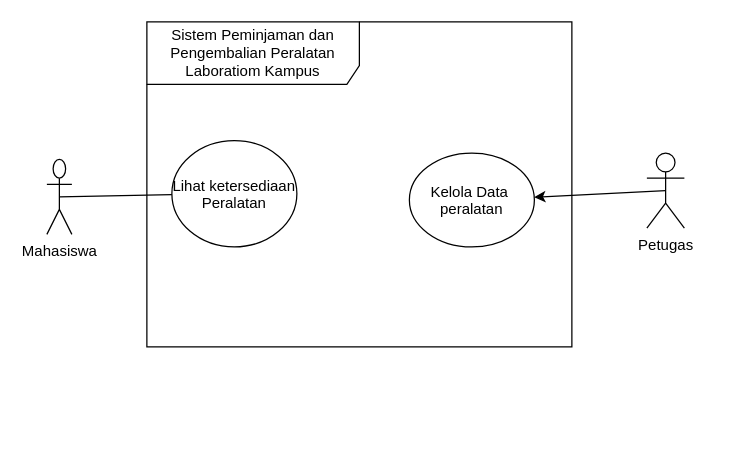
This is 03_latihan_tools/P02/LAB/P02_2406101_LAB_notasi_usecase_v01.drawio from 2406101-gilan/IFRWP5149_2406101_LabAlat, a draw.io file, before an edit. Source tidied: cells renumbered, new cells numbered last; positions are measured from the earlier drawing's top-left corner, leaving out a move shared by most shapes. Both pictures are drawn from the tidied source at 125%, with x=0, y=0 at pixel (46, 21).
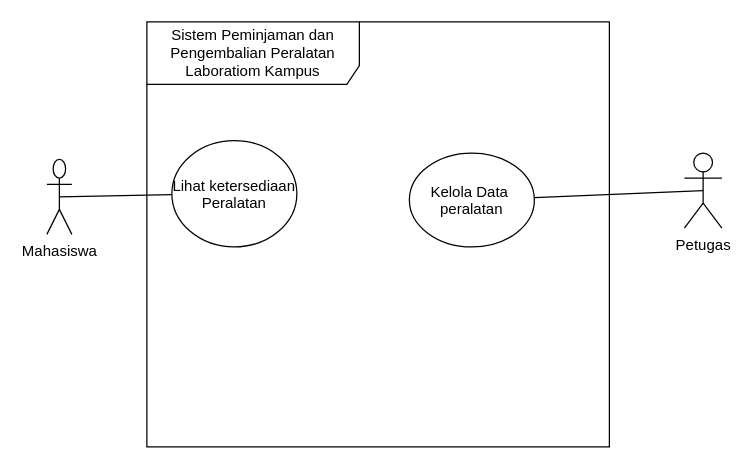
Above is the later version.

Change to the diagram source:
```diff
@@
 <mxGraphModel>
   <root>
     <mxCell id="0" />
     <mxCell id="1" parent="0" />
     <mxCell id="2" value="Sistem Peminjaman dan Pengembalian Peralatan Laboratiom Kampus" style="shape=umlFrame;whiteSpace=wrap;html=1;width=170;height=50;" parent="1" vertex="1">
-      <mxGeometry x="80" width="340" height="260" as="geometry" />
+      <mxGeometry x="80" width="370" height="340" as="geometry" />
     </mxCell>
     <mxCell id="3" value="Lihat ketersediaan&#10;Peralatan" style="ellipse;" parent="2" vertex="1">
       <mxGeometry x="20" y="95" width="100" height="85" as="geometry" />
     </mxCell>
     <mxCell id="4" value="Kelola Data &#10;peralatan" style="ellipse;" parent="2" vertex="1">
       <mxGeometry x="210" y="105" width="100" height="75" as="geometry" />
     </mxCell>
     <mxCell id="5" style="edgeStyle=none;html=1;exitX=0.5;exitY=0.5;exitDx=0;exitDy=0;exitPerimeter=0;endArrow=none;endFill=0;" parent="1" edge="1" source="6" target="3">
       <mxGeometry relative="1" as="geometry" />
     </mxCell>
     <mxCell id="6" value="Mahasiswa" style="shape=umlActor;verticalLabelPosition=bottom;verticalAlign=top;html=1;" parent="1" vertex="1">
       <mxGeometry y="110" width="20" height="60" as="geometry" />
     </mxCell>
-    <mxCell id="7" style="edgeStyle=none;html=1;exitX=0.5;exitY=0.5;exitDx=0;exitDy=0;exitPerimeter=0;" parent="1" edge="1" source="8" target="4">
+    <mxCell id="7" style="edgeStyle=none;html=1;exitX=0.5;exitY=0.5;exitDx=0;exitDy=0;exitPerimeter=0;startArrow=none;startFill=0;endArrow=none;endFill=0;" parent="1" edge="1" source="8" target="4">
       <mxGeometry relative="1" as="geometry" />
     </mxCell>
     <mxCell id="8" value="Petugas" style="shape=umlActor;verticalLabelPosition=bottom;verticalAlign=top;html=1;" parent="1" vertex="1">
-      <mxGeometry x="480" y="105" width="30" height="60" as="geometry" />
+      <mxGeometry x="510" y="105" width="30" height="60" as="geometry" />
     </mxCell>
   </root>
 </mxGraphModel>
```
